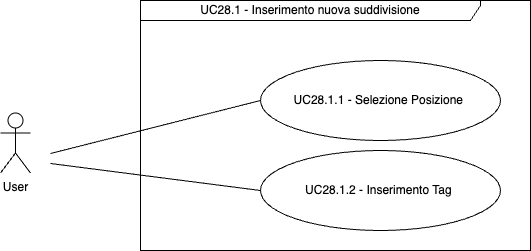
This is Documentazione/RTB/Esterna/analisi_dei_requisiti/UC_diagrams_21-27/UC28.1.drawio.png from Avant-Garde-Software-Engineering/Documents, a draw.io export, as it was before one commit. Source tidied: cells renumbered, new cells last; positions are measured from the earlier drawing's top-left corner, leaving out a move shared by most shapes. The source it was exported from:
```xml
<mxGraphModel>
  <root>
    <mxCell id="0" />
    <mxCell id="1" parent="0" />
    <mxCell id="2" value="UC28.1 - Inserimento nuova suddivisione" style="shape=umlFrame;whiteSpace=wrap;html=1;width=340;height=20;" parent="1" vertex="1">
      <mxGeometry x="140" width="390" height="250" as="geometry" />
    </mxCell>
    <mxCell id="3" value="User" style="shape=umlActor;verticalLabelPosition=bottom;verticalAlign=top;html=1;" parent="1" vertex="1">
      <mxGeometry y="112.5" width="30" height="60" as="geometry" />
    </mxCell>
    <mxCell id="4" value="UC28.1.1 - Selezione Posizione&amp;nbsp;" style="ellipse;whiteSpace=wrap;html=1;" parent="1" vertex="1">
      <mxGeometry x="260" y="60" width="240" height="80" as="geometry" />
    </mxCell>
    <mxCell id="5" style="endArrow=none;html=1;rounded=0;exitX=0;exitY=0.5;exitDx=0;exitDy=0;" parent="1" edge="1" source="4">
      <mxGeometry relative="1" as="geometry">
        <mxPoint x="50" y="153" as="targetPoint" />
      </mxGeometry>
    </mxCell>
    <mxCell id="6" style="endArrow=none;html=1;rounded=0;exitX=0;exitY=0.5;exitDx=0;exitDy=0;" parent="1" edge="1" source="7">
      <mxGeometry relative="1" as="geometry">
        <mxPoint x="50" y="163" as="targetPoint" />
      </mxGeometry>
    </mxCell>
    <mxCell id="7" value="UC28.1.2 - Inserimento Tag&amp;nbsp;" style="ellipse;whiteSpace=wrap;html=1;" parent="1" vertex="1">
      <mxGeometry x="260" y="150" width="240" height="80" as="geometry" />
    </mxCell>
  </root>
</mxGraphModel>
```
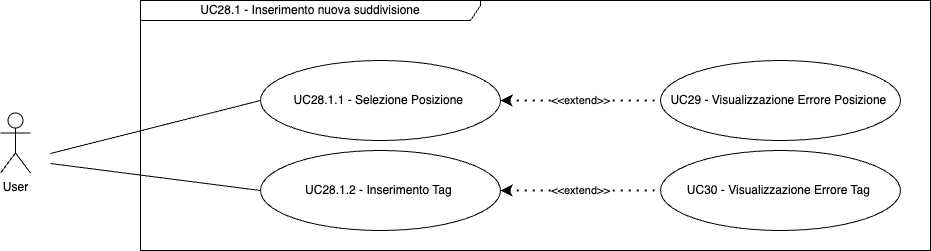
The same diagram one commit later.

Change to the diagram source:
```diff
@@ -3,7 +3,7 @@
     <mxCell id="0" />
     <mxCell id="1" parent="0" />
     <mxCell id="2" value="UC28.1 - Inserimento nuova suddivisione" style="shape=umlFrame;whiteSpace=wrap;html=1;width=340;height=20;" parent="1" vertex="1">
-      <mxGeometry x="140" width="390" height="250" as="geometry" />
+      <mxGeometry x="140" width="790" height="250" as="geometry" />
     </mxCell>
     <mxCell id="3" value="User" style="shape=umlActor;verticalLabelPosition=bottom;verticalAlign=top;html=1;" parent="1" vertex="1">
       <mxGeometry y="112.5" width="30" height="60" as="geometry" />
@@ -24,5 +24,21 @@
     <mxCell id="7" value="UC28.1.2 - Inserimento Tag&amp;nbsp;" style="ellipse;whiteSpace=wrap;html=1;" parent="1" vertex="1">
       <mxGeometry x="260" y="150" width="240" height="80" as="geometry" />
     </mxCell>
+    <mxCell id="8" value="UC29 - Visualizzazione Errore Posizione&amp;nbsp;" style="ellipse;whiteSpace=wrap;html=1;" parent="1" vertex="1">
+      <mxGeometry x="660" y="60" width="240" height="80" as="geometry" />
+    </mxCell>
+    <mxCell id="9" value="&amp;lt;&amp;lt;extend&amp;gt;&amp;gt;" style="endArrow=none;dashed=1;html=1;dashPattern=1 3;strokeWidth=2;rounded=0;entryX=0;entryY=0.5;entryDx=0;entryDy=0;exitX=1;exitY=0.5;exitDx=0;exitDy=0;startArrow=classic;startFill=1;" parent="1" edge="1" target="8">
+      <mxGeometry relative="1" as="geometry">
+        <mxPoint x="500" y="100" as="sourcePoint" />
+      </mxGeometry>
+    </mxCell>
+    <mxCell id="10" value="UC30 - Visualizzazione Errore Tag&amp;nbsp;" style="ellipse;whiteSpace=wrap;html=1;" parent="1" vertex="1">
+      <mxGeometry x="660" y="150" width="240" height="80" as="geometry" />
+    </mxCell>
+    <mxCell id="11" value="&amp;lt;&amp;lt;extend&amp;gt;&amp;gt;" style="endArrow=none;dashed=1;html=1;dashPattern=1 3;strokeWidth=2;rounded=0;entryX=0;entryY=0.5;entryDx=0;entryDy=0;exitX=1;exitY=0.5;exitDx=0;exitDy=0;startArrow=classic;startFill=1;" parent="1" edge="1" target="10">
+      <mxGeometry relative="1" as="geometry">
+        <mxPoint x="500" y="190" as="sourcePoint" />
+      </mxGeometry>
+    </mxCell>
   </root>
 </mxGraphModel>
```
